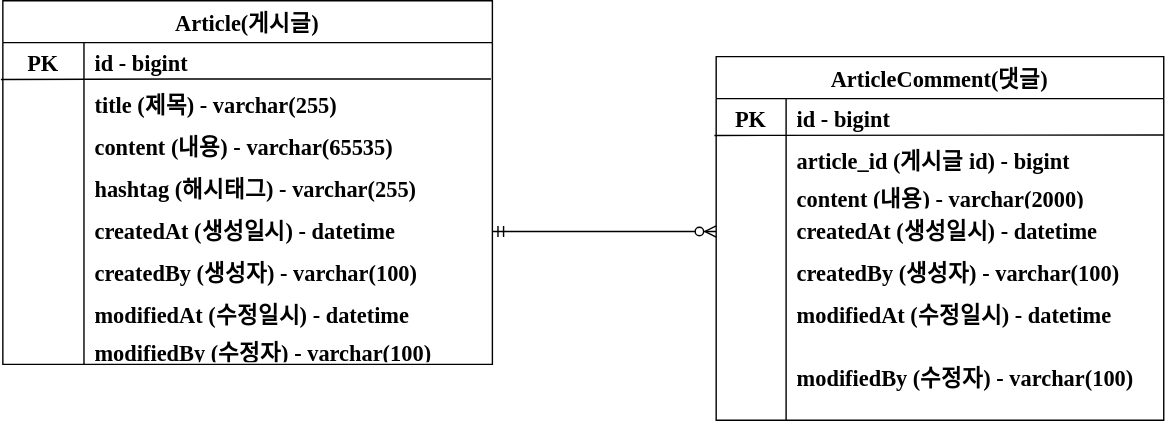
The draw.io diagram project-board-erd.svg in Lunwitch/project, before a commit. Source tidied: cells renumbered, new cells last; positions are measured from the earlier drawing's top-left corner, leaving out a move shared by most shapes.
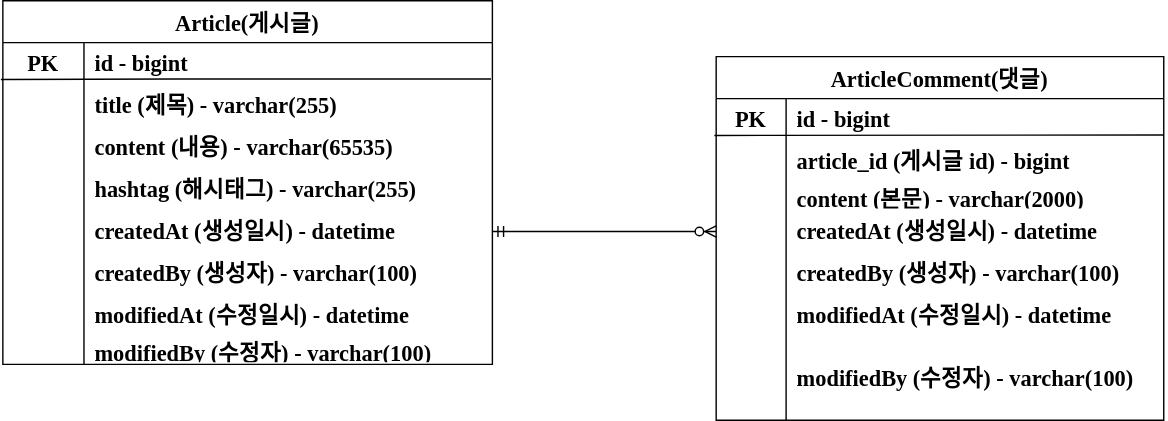
After the change.

Commit message:
#8 - ERD 주석 업데이트: project-board-erd.svg

Diff of the diagram source:
```diff
@@ -112,7 +112,7 @@
     <mxCell id="36" style="shape=partialRectangle;html=1;whiteSpace=wrap;fillColor=none;top=0;left=0;bottom=0;right=0;overflow=hidden;strokeColor=inherit;fontSize=16;sketch=1;hachureGap=4;jiggle=2;curveFitting=1;fontFamily=Architects Daughter;fontSource=https%3A%2F%2Ffonts.googleapis.com%2Fcss%3Ffamily%3DArchitects%2BDaughter;" parent="35" vertex="1">
       <mxGeometry width="50" height="20" as="geometry" />
     </mxCell>
-    <mxCell id="37" value="&lt;b&gt;content (내용) - varchar(2000)&lt;/b&gt;" style="shape=partialRectangle;html=1;whiteSpace=wrap;fillColor=none;top=0;left=0;bottom=0;right=0;align=left;spacingLeft=6;overflow=hidden;strokeColor=inherit;fontSize=16;hachureGap=4;fontFamily=Architects Daughter;fontSource=https%3A%2F%2Ffonts.googleapis.com%2Fcss%3Ffamily%3DArchitects%2BDaughter;" parent="35" vertex="1">
+    <mxCell id="37" value="&lt;b&gt;content (본문) - varchar(2000)&lt;/b&gt;" style="shape=partialRectangle;html=1;whiteSpace=wrap;fillColor=none;top=0;left=0;bottom=0;right=0;align=left;spacingLeft=6;overflow=hidden;strokeColor=inherit;fontSize=16;hachureGap=4;fontFamily=Architects Daughter;fontSource=https%3A%2F%2Ffonts.googleapis.com%2Fcss%3Ffamily%3DArchitects%2BDaughter;" parent="35" vertex="1">
       <mxGeometry x="50" width="270" height="20" as="geometry" />
     </mxCell>
     <mxCell id="38" style="shape=tableRow;horizontal=0;startSize=0;swimlaneHead=0;swimlaneBody=0;top=0;left=0;bottom=0;right=0;fillColor=none;points=[[0,0.5],[1,0.5]];portConstraint=eastwest;strokeColor=inherit;fontSize=16;sketch=1;hachureGap=4;jiggle=2;curveFitting=1;fontFamily=Architects Daughter;fontSource=https%3A%2F%2Ffonts.googleapis.com%2Fcss%3Ffamily%3DArchitects%2BDaughter;" parent="28" vertex="1">
```
